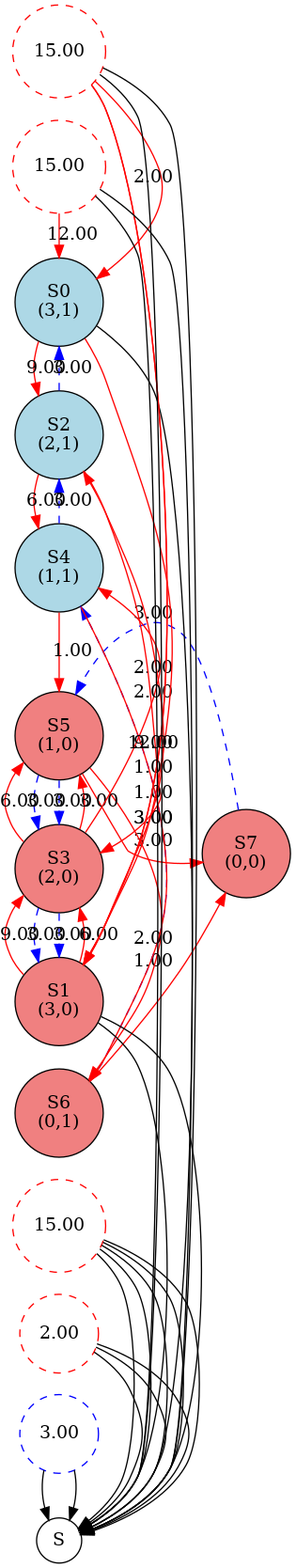
Earlier version of the Graphviz export state_graph_task2.png (MrAlexandrov/ContinuousMarkovChains). Its source is kept beside it as state_graph_task2.dot. Source of this version:
```dot
digraph RepairableStateGraph {
  rankdir=RL;
  node [shape=circle];
  { rank = same; S7; }
  { rank = same; S6; S5; }
  { rank = same; S5; S4; S3; }
  { rank = same; S3; S2; S1; }
  { rank = same; S1; S0; S-1; }
  { rank = same; S-1; S-2; S-3; }
  { rank = same; S-3; S-4; }
  { rank = same; S-5; }
  S7 [label="S7\n(0,0)", style=filled, fillcolor=lightcoral];
  S6 [label="S6\n(0,1)", style=filled, fillcolor=lightcoral];
  S5 [label="S5\n(0,2)", style=filled, fillcolor=lightcoral];
  S5 [label="S5\n(1,0)", style=filled, fillcolor=lightcoral];
  S4 [label="S4\n(1,1)", style=filled, fillcolor=lightblue];
  S3 [label="S3\n(1,2)", style=filled, fillcolor=lightblue];
  S3 [label="S3\n(2,0)", style=filled, fillcolor=lightcoral];
  S2 [label="S2\n(2,1)", style=filled, fillcolor=lightblue];
  S1 [label="S1\n(2,2)", style=filled, fillcolor=lightblue];
  S1 [label="S1\n(3,0)", style=filled, fillcolor=lightcoral];
  S0 [label="S0\n(3,1)", style=filled, fillcolor=lightblue];
  S-1 [label="S-1\n(3,2)", style=filled, fillcolor=lightblue];
  S-1 [label="S-1\n(4,0)", style=filled, fillcolor=lightcoral];
  S-2 [label="S-2\n(4,1)", style=filled, fillcolor=lightblue];
  S-3 [label="S-3\n(4,2)", style=filled, fillcolor=lightblue];
  S-3 [label="S-3\n(5,0)", style=filled, fillcolor=lightcoral];
  S-4 [label="S-4\n(5,1)", style=filled, fillcolor=lightblue];
  S-5 [label="S-5\n(5,2)", style=filled, fillcolor=lightblue];
  S7 -> S5 [label="3.00", style=dashed, color=blue];
  S6 -> S7 [label="1.00", color=red];
  S6 -> S4 [label="3.00", style=dashed, color=blue];
  S5 -> S6 [label="2.00", color=red];
  S5 -> S3 [label="3.00", style=dashed, color=blue];
  S5 -> S7 [label="3.00", color=red];
  S5 -> S3 [label="3.00", style=dashed, color=blue];
  S4 -> S6 [label="3.00", color=red];
  S4 -> S5 [label="1.00", color=red];
  S4 -> S2 [label="3.00", style=dashed, color=blue];
  S3 -> S5 [label="3.00", color=red];
  S3 -> S4 [label="2.00", color=red];
  S3 -> S1 [label="3.00", style=dashed, color=blue];
  S3 -> S5 [label="6.00", color=red];
  S3 -> S1 [label="3.00", style=dashed, color=blue];
  S2 -> S4 [label="6.00", color=red];
  S2 -> S3 [label="1.00", color=red];
  S2 -> S0 [label="3.00", style=dashed, color=blue];
  S1 -> S3 [label="6.00", color=red];
  S1 -> S2 [label="2.00", color=red];
  S1 -> S-1 [label="3.00", style=dashed, color=blue];
  S1 -> S3 [label="9.00", color=red];
  S1 -> S-1 [label="3.00", style=dashed, color=blue];
  S0 -> S2 [label="9.00", color=red];
  S0 -> S1 [label="1.00", color=red];
  S0 -> S-2 [label="3.00", style=dashed, color=blue];
  S-1 -> S1 [label="9.00", color=red];
  S-1 -> S0 [label="2.00", color=red];
  S-1 -> S-3 [label="3.00", style=dashed, color=blue];
  S-1 -> S1 [label="12.00", color=red];
  S-1 -> S-2 [label="3.00", style=dashed, color=blue];
  S-2 -> S0 [label="12.00", color=red];
  S-2 -> S-1 [label="1.00", color=red];
  S-2 -> S-4 [label="3.00", style=dashed, color=blue];
  S-3 -> S-1 [label="12.00", color=red];
  S-3 -> S-2 [label="2.00", color=red];
  S-3 -> S-5 [label="3.00", style=dashed, color=blue];
  S-3 -> S-1 [label="15.00", color=red];
  S-3 -> S-4 [label="3.00", style=dashed, color=blue];
  S-4 -> S-2 [label="15.00", color=red];
  S-4 -> S-3 [label="1.00", color=red];
  S-4 -> S-5 [label="3.00", style=dashed, color=blue];
  S-5 -> S-3 [label="15.00", color=red];
  S-5 -> S-4 [label="2.00", color=red];
}
```
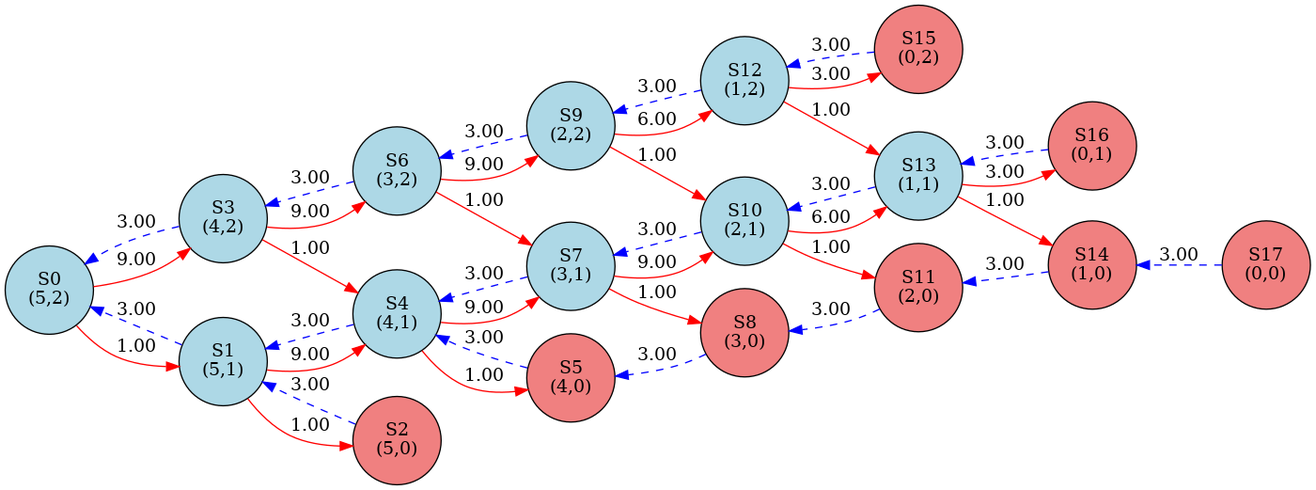
The same file after the commit.

Change to the diagram source:
```diff
@@ -1,74 +1,67 @@
 digraph RepairableStateGraph {
   rankdir=RL;
   node [shape=circle];
-  { rank = same; S7; }
-  { rank = same; S6; S5; }
-  { rank = same; S5; S4; S3; }
-  { rank = same; S3; S2; S1; }
-  { rank = same; S1; S0; S-1; }
-  { rank = same; S-1; S-2; S-3; }
-  { rank = same; S-3; S-4; }
-  { rank = same; S-5; }
-  S7 [label="S7\n(0,0)", style=filled, fillcolor=lightcoral];
-  S6 [label="S6\n(0,1)", style=filled, fillcolor=lightcoral];
-  S5 [label="S5\n(0,2)", style=filled, fillcolor=lightcoral];
-  S5 [label="S5\n(1,0)", style=filled, fillcolor=lightcoral];
-  S4 [label="S4\n(1,1)", style=filled, fillcolor=lightblue];
-  S3 [label="S3\n(1,2)", style=filled, fillcolor=lightblue];
-  S3 [label="S3\n(2,0)", style=filled, fillcolor=lightcoral];
-  S2 [label="S2\n(2,1)", style=filled, fillcolor=lightblue];
-  S1 [label="S1\n(2,2)", style=filled, fillcolor=lightblue];
-  S1 [label="S1\n(3,0)", style=filled, fillcolor=lightcoral];
-  S0 [label="S0\n(3,1)", style=filled, fillcolor=lightblue];
-  S-1 [label="S-1\n(3,2)", style=filled, fillcolor=lightblue];
-  S-1 [label="S-1\n(4,0)", style=filled, fillcolor=lightcoral];
-  S-2 [label="S-2\n(4,1)", style=filled, fillcolor=lightblue];
-  S-3 [label="S-3\n(4,2)", style=filled, fillcolor=lightblue];
-  S-3 [label="S-3\n(5,0)", style=filled, fillcolor=lightcoral];
-  S-4 [label="S-4\n(5,1)", style=filled, fillcolor=lightblue];
-  S-5 [label="S-5\n(5,2)", style=filled, fillcolor=lightblue];
-  S7 -> S5 [label="3.00", style=dashed, color=blue];
+  { rank = same; S17; }
+  { rank = same; S16; S14; }
+  { rank = same; S15; S13; S11; }
+  { rank = same; S12; S10; S8; }
+  { rank = same; S9; S7; S5; }
+  { rank = same; S6; S4; S2; }
+  { rank = same; S3; S1; }
+  { rank = same; S0; }
+  S17 [label="S17\n(0,0)", style=filled, fillcolor=lightcoral];
+  S16 [label="S16\n(0,1)", style=filled, fillcolor=lightcoral];
+  S15 [label="S15\n(0,2)", style=filled, fillcolor=lightcoral];
+  S14 [label="S14\n(1,0)", style=filled, fillcolor=lightcoral];
+  S13 [label="S13\n(1,1)", style=filled, fillcolor=lightblue];
+  S12 [label="S12\n(1,2)", style=filled, fillcolor=lightblue];
+  S11 [label="S11\n(2,0)", style=filled, fillcolor=lightcoral];
+  S10 [label="S10\n(2,1)", style=filled, fillcolor=lightblue];
+  S9 [label="S9\n(2,2)", style=filled, fillcolor=lightblue];
+  S8 [label="S8\n(3,0)", style=filled, fillcolor=lightcoral];
+  S7 [label="S7\n(3,1)", style=filled, fillcolor=lightblue];
+  S6 [label="S6\n(3,2)", style=filled, fillcolor=lightblue];
+  S5 [label="S5\n(4,0)", style=filled, fillcolor=lightcoral];
+  S4 [label="S4\n(4,1)", style=filled, fillcolor=lightblue];
+  S3 [label="S3\n(4,2)", style=filled, fillcolor=lightblue];
+  S2 [label="S2\n(5,0)", style=filled, fillcolor=lightcoral];
+  S1 [label="S1\n(5,1)", style=filled, fillcolor=lightblue];
+  S0 [label="S0\n(5,2)", style=filled, fillcolor=lightblue];
+  S17 -> S14 [label="3.00", style=dashed, color=blue];
+  S16 -> S13 [label="3.00", style=dashed, color=blue];
+  S15 -> S12 [label="3.00", style=dashed, color=blue];
+  S14 -> S11 [label="3.00", style=dashed, color=blue];
+  S13 -> S16 [label="3.00", color=red];
+  S13 -> S14 [label="1.00", color=red];
+  S13 -> S10 [label="3.00", style=dashed, color=blue];
+  S12 -> S15 [label="3.00", color=red];
+  S12 -> S13 [label="1.00", color=red];
+  S12 -> S9 [label="3.00", style=dashed, color=blue];
+  S11 -> S8 [label="3.00", style=dashed, color=blue];
+  S10 -> S13 [label="6.00", color=red];
+  S10 -> S11 [label="1.00", color=red];
+  S10 -> S7 [label="3.00", style=dashed, color=blue];
+  S9 -> S12 [label="6.00", color=red];
+  S9 -> S10 [label="1.00", color=red];
+  S9 -> S6 [label="3.00", style=dashed, color=blue];
+  S8 -> S5 [label="3.00", style=dashed, color=blue];
+  S7 -> S10 [label="9.00", color=red];
+  S7 -> S8 [label="1.00", color=red];
+  S7 -> S4 [label="3.00", style=dashed, color=blue];
+  S6 -> S9 [label="9.00", color=red];
   S6 -> S7 [label="1.00", color=red];
-  S6 -> S4 [label="3.00", style=dashed, color=blue];
-  S5 -> S6 [label="2.00", color=red];
-  S5 -> S3 [label="3.00", style=dashed, color=blue];
-  S5 -> S7 [label="3.00", color=red];
-  S5 -> S3 [label="3.00", style=dashed, color=blue];
-  S4 -> S6 [label="3.00", color=red];
+  S6 -> S3 [label="3.00", style=dashed, color=blue];
+  S5 -> S4 [label="3.00", style=dashed, color=blue];
+  S4 -> S7 [label="9.00", color=red];
   S4 -> S5 [label="1.00", color=red];
-  S4 -> S2 [label="3.00", style=dashed, color=blue];
-  S3 -> S5 [label="3.00", color=red];
-  S3 -> S4 [label="2.00", color=red];
-  S3 -> S1 [label="3.00", style=dashed, color=blue];
-  S3 -> S5 [label="6.00", color=red];
-  S3 -> S1 [label="3.00", style=dashed, color=blue];
-  S2 -> S4 [label="6.00", color=red];
-  S2 -> S3 [label="1.00", color=red];
-  S2 -> S0 [label="3.00", style=dashed, color=blue];
-  S1 -> S3 [label="6.00", color=red];
-  S1 -> S2 [label="2.00", color=red];
-  S1 -> S-1 [label="3.00", style=dashed, color=blue];
-  S1 -> S3 [label="9.00", color=red];
-  S1 -> S-1 [label="3.00", style=dashed, color=blue];
-  S0 -> S2 [label="9.00", color=red];
+  S4 -> S1 [label="3.00", style=dashed, color=blue];
+  S3 -> S6 [label="9.00", color=red];
+  S3 -> S4 [label="1.00", color=red];
+  S3 -> S0 [label="3.00", style=dashed, color=blue];
+  S2 -> S1 [label="3.00", style=dashed, color=blue];
+  S1 -> S4 [label="9.00", color=red];
+  S1 -> S2 [label="1.00", color=red];
+  S1 -> S0 [label="3.00", style=dashed, color=blue];
+  S0 -> S3 [label="9.00", color=red];
   S0 -> S1 [label="1.00", color=red];
-  S0 -> S-2 [label="3.00", style=dashed, color=blue];
-  S-1 -> S1 [label="9.00", color=red];
-  S-1 -> S0 [label="2.00", color=red];
-  S-1 -> S-3 [label="3.00", style=dashed, color=blue];
-  S-1 -> S1 [label="12.00", color=red];
-  S-1 -> S-2 [label="3.00", style=dashed, color=blue];
-  S-2 -> S0 [label="12.00", color=red];
-  S-2 -> S-1 [label="1.00", color=red];
-  S-2 -> S-4 [label="3.00", style=dashed, color=blue];
-  S-3 -> S-1 [label="12.00", color=red];
-  S-3 -> S-2 [label="2.00", color=red];
-  S-3 -> S-5 [label="3.00", style=dashed, color=blue];
-  S-3 -> S-1 [label="15.00", color=red];
-  S-3 -> S-4 [label="3.00", style=dashed, color=blue];
-  S-4 -> S-2 [label="15.00", color=red];
-  S-4 -> S-3 [label="1.00", color=red];
-  S-4 -> S-5 [label="3.00", style=dashed, color=blue];
-  S-5 -> S-3 [label="15.00", color=red];
-  S-5 -> S-4 [label="2.00", color=red];
 }
```
